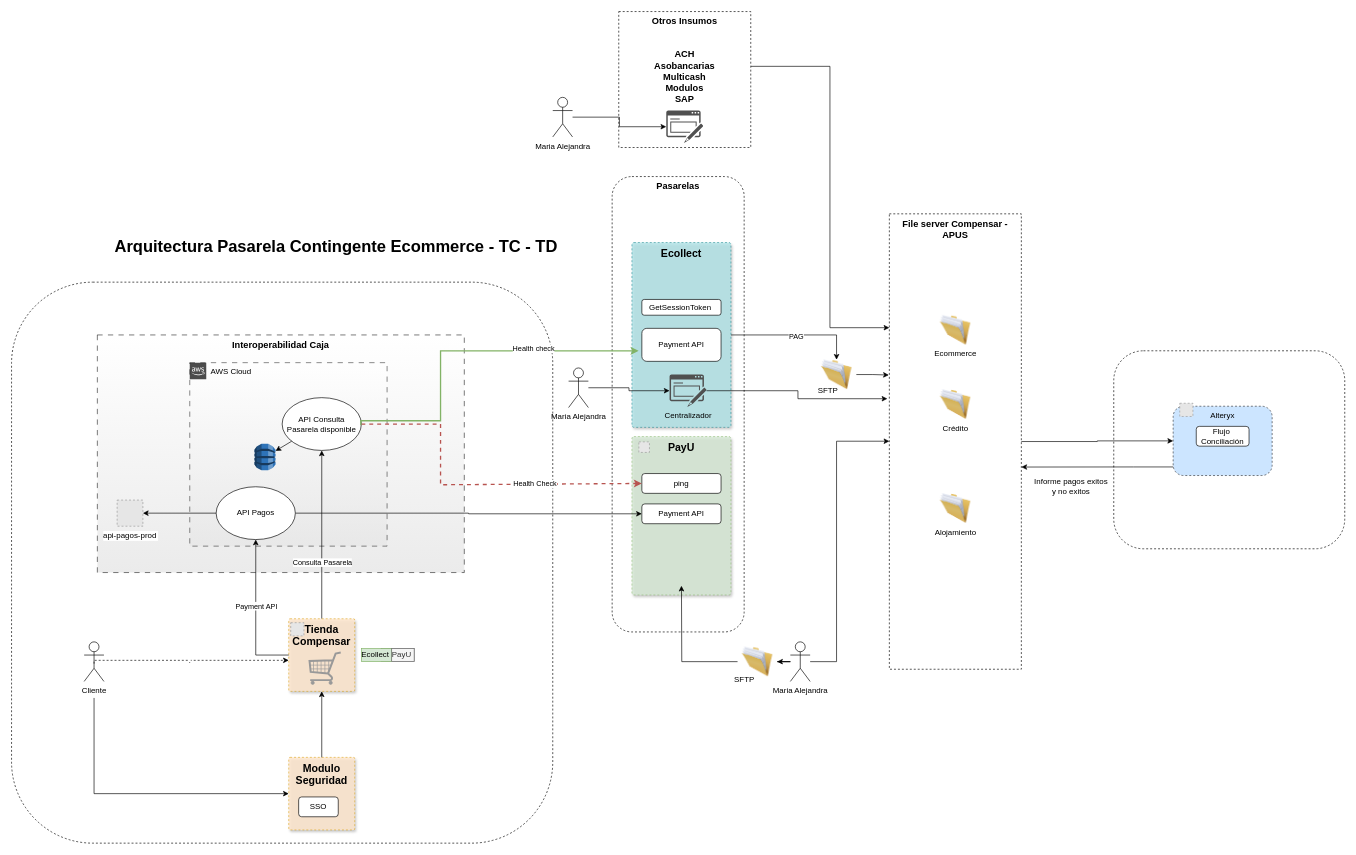
carlosvalderrama1204/diagrams keeps this draw.io diagram as page "Page-5" (5 of 7) of Pasarela contingente.drawio. Above is the earlier version. Source tidied: cells renumbered, new cells numbered last; positions are measured from the earlier drawing's top-left corner, leaving out a move shared by most shapes. Both pictures are drawn from the tidied source at 66%, with x=0, y=0 at pixel (11, 11). Pictures stored in the file or linked from it are replaced by grey dashed boxes.
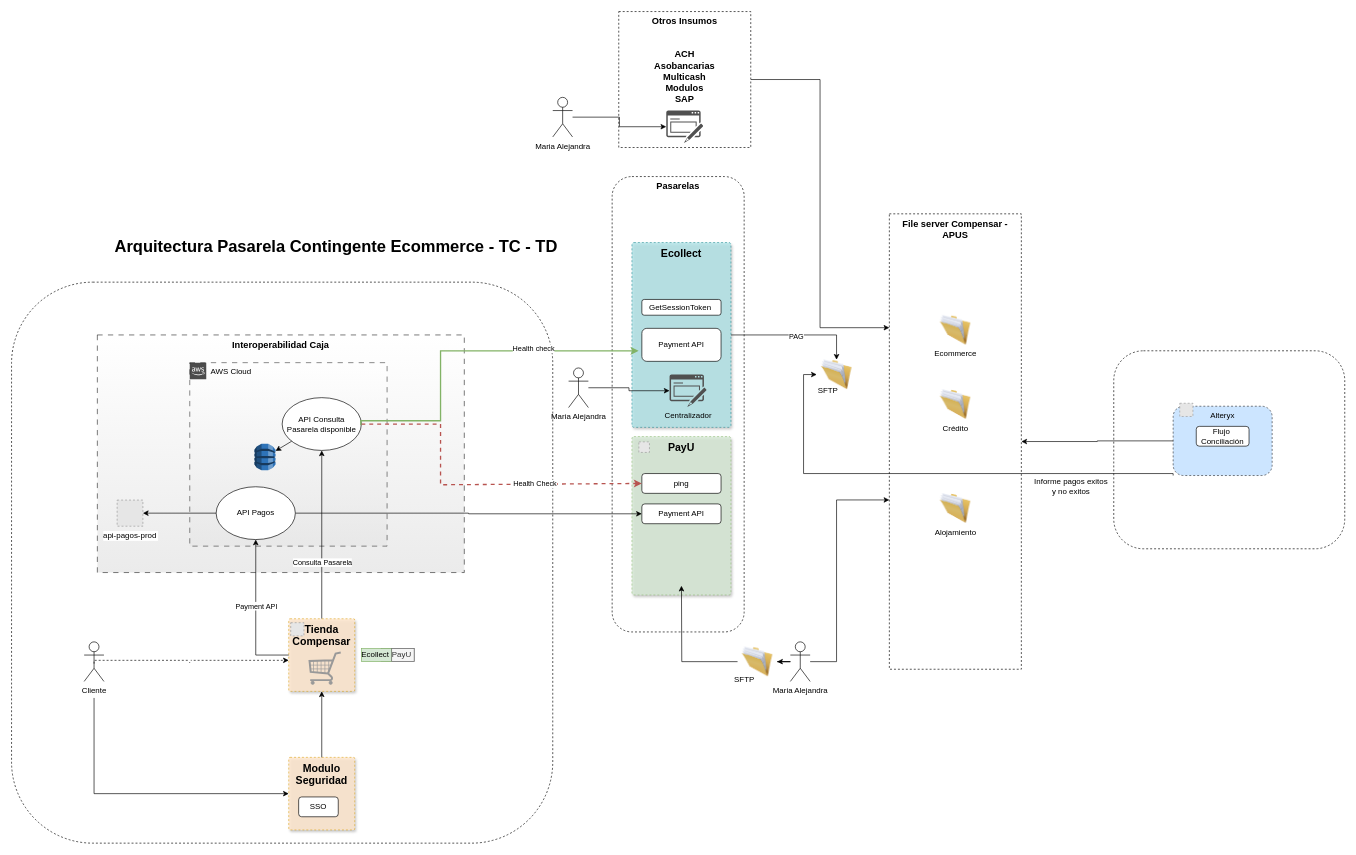
The same diagram, later.

Unchanged cells that the change refers to:
```xml
<mxCell id="2" value="&lt;b&gt;&lt;font style=&quot;font-size: 14px;&quot;&gt;File server Compensar -&lt;br&gt;APUS&lt;/font&gt;&lt;/b&gt;" style="rounded=1;whiteSpace=wrap;html=1;verticalAlign=top;dashed=1;arcSize=0;" parent="1" vertex="1">
  <mxGeometry x="1330" y="306.5" width="200" height="690" as="geometry" />
</mxCell>
<mxCell id="26" style="image;html=1;image=img/lib/clip_art/general/Full_Folder_128x128.png;" parent="1" vertex="1">
  <mxGeometry x="1220" y="527.5" width="60" height="45" as="geometry" />
</mxCell>
<mxCell id="34" value="Centralizador" style="sketch=0;shadow=0;dashed=0;html=1;strokeColor=none;fillColor=#505050;labelPosition=center;verticalLabelPosition=bottom;verticalAlign=top;outlineConnect=0;align=center;shape=mxgraph.office.concepts.form;" parent="30" vertex="1">
  <mxGeometry x="57" y="200" width="56" height="49" as="geometry" />
</mxCell>
<mxCell id="54" value="Maria Alejandra" style="shape=umlActor;verticalLabelPosition=bottom;verticalAlign=top;html=1;outlineConnect=0;" parent="1" vertex="1">
  <mxGeometry x="1180" y="955" width="30" height="60" as="geometry" />
</mxCell>
<mxCell id="61" value="&lt;span style=&quot;font-size: 14px;&quot;&gt;&lt;b&gt;Otros Insumos&lt;/b&gt;&lt;/span&gt;&lt;div&gt;&lt;span style=&quot;font-size: 14px;&quot;&gt;&lt;b&gt;&lt;br&gt;&lt;/b&gt;&lt;/span&gt;&lt;/div&gt;&lt;div&gt;&lt;span style=&quot;font-size: 14px;&quot;&gt;&lt;b&gt;&lt;br&gt;&lt;/b&gt;&lt;/span&gt;&lt;/div&gt;&lt;div&gt;&lt;span style=&quot;font-size: 14px;&quot;&gt;&lt;b&gt;ACH&lt;/b&gt;&lt;/span&gt;&lt;/div&gt;&lt;div&gt;&lt;span style=&quot;font-size: 14px;&quot;&gt;&lt;b&gt;Asobancarias&lt;/b&gt;&lt;/span&gt;&lt;/div&gt;&lt;div&gt;&lt;span style=&quot;font-size: 14px;&quot;&gt;&lt;b&gt;Multicash&lt;/b&gt;&lt;/span&gt;&lt;/div&gt;&lt;div&gt;&lt;span style=&quot;font-size: 14px;&quot;&gt;&lt;b&gt;Modulos&lt;/b&gt;&lt;/span&gt;&lt;/div&gt;&lt;div&gt;&lt;span style=&quot;font-size: 14px;&quot;&gt;&lt;b&gt;SAP&lt;/b&gt;&lt;/span&gt;&lt;/div&gt;" style="rounded=1;whiteSpace=wrap;html=1;verticalAlign=top;dashed=1;arcSize=0;" parent="1" vertex="1">
  <mxGeometry x="920" width="200" height="206" as="geometry" />
</mxCell>
<mxCell id="67" value="Alteryx" style="rounded=1;whiteSpace=wrap;html=1;dashed=1;verticalAlign=top;fillColor=#cce5ff;strokeColor=#36393d;" parent="66" vertex="1">
  <mxGeometry y="7" width="150" height="105" as="geometry" />
</mxCell>
```

What changed in the source:
```diff
@@
     <mxCell id="53" style="edgeStyle=orthogonalEdgeStyle;rounded=0;jettySize=auto;html=1;" parent="1" edge="1" source="54" target="2">
       <mxGeometry relative="1" as="geometry">
         <Array as="points">
           <mxPoint x="1250" y="985" />
-          <mxPoint x="1250" y="651" />
+          <mxPoint x="1250" y="740" />
         </Array>
       </mxGeometry>
     </mxCell>
@@
     <mxCell id="60" style="edgeStyle=orthogonalEdgeStyle;rounded=0;jettySize=auto;html=1;entryX=0;entryY=0.25;entryDx=0;entryDy=0;" parent="1" edge="1" source="61" target="2">
-      <mxGeometry relative="1" as="geometry">
-        <Array as="points">
-          <mxPoint x="1240" y="83" />
-          <mxPoint x="1240" y="479" />
-        </Array>
-      </mxGeometry>
+      <mxGeometry relative="1" as="geometry" />
     </mxCell>
@@
-    <mxCell id="62" style="edgeStyle=orthogonalEdgeStyle;rounded=0;jettySize=auto;html=1;entryX=-0.015;entryY=0.406;entryDx=0;entryDy=0;entryPerimeter=0;" parent="1" edge="1" source="34" target="2">
-      <mxGeometry relative="1" as="geometry" />
-    </mxCell>
-    <mxCell id="63" style="edgeStyle=orthogonalEdgeStyle;rounded=0;jettySize=auto;html=1;entryX=-0.004;entryY=0.354;entryDx=0;entryDy=0;entryPerimeter=0;" parent="1" edge="1" source="26" target="2">
-      <mxGeometry relative="1" as="geometry" />
-    </mxCell>
@@
-    <mxCell id="70" style="edgeStyle=orthogonalEdgeStyle;rounded=0;jettySize=auto;html=1;endArrow=classic;endFill=1;" parent="1" edge="1" source="2" target="67">
-      <mxGeometry relative="1" as="geometry" />
-    </mxCell>
@@
-    <mxCell id="74" style="edgeStyle=orthogonalEdgeStyle;rounded=0;jettySize=auto;html=1;entryX=1;entryY=0.556;entryDx=0;entryDy=0;entryPerimeter=0;" parent="1" edge="1" source="67" target="2">
-      <mxGeometry relative="1" as="geometry">
-        <Array as="points">
-          <mxPoint x="1700" y="690" />
-          <mxPoint x="1700" y="690" />
-        </Array>
-      </mxGeometry>
-    </mxCell>
@@
+    <mxCell id="79" style="edgeStyle=orthogonalEdgeStyle;rounded=0;jettySize=auto;html=1;entryX=0;entryY=0.5;entryDx=0;entryDy=0;exitX=0;exitY=1;exitDx=0;exitDy=0;" parent="1" edge="1" source="67" target="26">
+      <mxGeometry relative="1" as="geometry">
+        <Array as="points">
+          <mxPoint x="1760" y="700" />
+          <mxPoint x="1200" y="700" />
+          <mxPoint x="1200" y="550" />
+        </Array>
+      </mxGeometry>
+    </mxCell>
+    <mxCell id="74" style="edgeStyle=orthogonalEdgeStyle;rounded=0;jettySize=auto;html=1;entryX=1;entryY=0.5;entryDx=0;entryDy=0;" parent="1" edge="1" source="67" target="2">
+      <mxGeometry relative="1" as="geometry" />
+    </mxCell>
```
